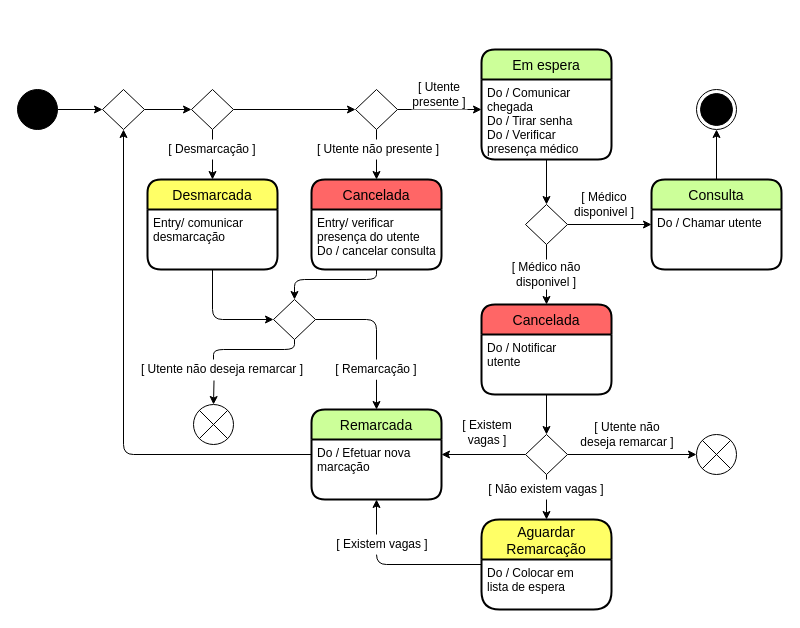
getSierralta/Si-Centro-Hospitalar-Upskill keeps this draw.io diagram as Diagrama de Estados - Marcação.drawio. Above is the earlier version. Source tidied: cells renumbered, new cells numbered last; positions are measured from the earlier drawing's top-left corner, leaving out a move shared by most shapes. Both pictures are drawn from the tidied source at 100%, with x=0, y=0 at pixel (17, 49).
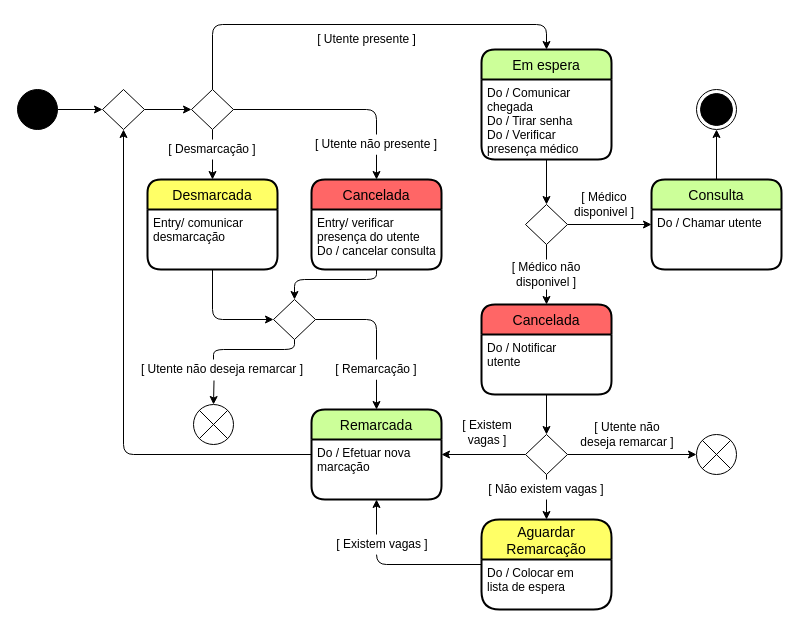
Above is the later version.

Unchanged cells that the change refers to:
```xml
<mxCell id="8" value="Cancelada" style="swimlane;horizontal=1;startSize=30;rounded=1;fontSize=14;fontStyle=0;strokeWidth=2;shadow=0;dashed=0;align=center;fillColor=#FF6666;" parent="1" vertex="1">
  <mxGeometry x="294" y="130" width="130" height="90" as="geometry" />
</mxCell>
<mxCell id="11" style="rhombus;whiteSpace=wrap;html=1;strokeColor=#000000;fillColor=#FFFFFF;" parent="1" vertex="1">
  <mxGeometry x="174" y="40" width="42" height="40" as="geometry" />
</mxCell>
<mxCell id="20" value="Em espera" style="swimlane;horizontal=1;startSize=30;rounded=1;fontSize=14;fontStyle=0;strokeWidth=2;shadow=0;dashed=0;align=center;fillColor=#CCFF99;" parent="1" vertex="1">
  <mxGeometry x="464" width="130" height="110" as="geometry" />
</mxCell>
```

The edit, as a diff of the source:
```diff
@@
-    <mxCell id="2" style="edgeStyle=orthogonalEdgeStyle;rounded=0;jettySize=auto;html=1;entryX=0;entryY=0.5;entryDx=0;entryDy=0;" parent="1" edge="1" source="11" target="6">
-      <mxGeometry relative="1" as="geometry" />
-    </mxCell>
@@
-    <mxCell id="4" style="edgeStyle=orthogonalEdgeStyle;rounded=0;jettySize=auto;html=1;entryX=0;entryY=0.5;entryDx=0;entryDy=0;" parent="1" edge="1" source="6">
-      <mxGeometry relative="1" as="geometry">
-        <mxPoint x="464" y="60" as="targetPoint" />
-      </mxGeometry>
-    </mxCell>
-    <mxCell id="5" style="edgeStyle=orthogonalEdgeStyle;rounded=0;jettySize=auto;html=1;entryX=0.5;entryY=0;entryDx=0;entryDy=0;" parent="1" edge="1" source="6" target="8">
-      <mxGeometry relative="1" as="geometry" />
-    </mxCell>
-    <mxCell id="6" style="rhombus;whiteSpace=wrap;html=1;strokeColor=#000000;fillColor=#FFFFFF;" parent="1" vertex="1">
-      <mxGeometry x="338" y="40" width="42" height="40" as="geometry" />
-    </mxCell>
     <mxCell id="7" value="[ Utente presente ]" style="text;html=1;strokeColor=none;align=center;verticalAlign=middle;whiteSpace=wrap;rounded=0;fillColor=#ffffff;" parent="1" vertex="1">
-      <mxGeometry x="394" y="30" width="56" height="30" as="geometry" />
+      <mxGeometry x="294" y="-20" width="111" height="20" as="geometry" />
     </mxCell>
@@
+    <mxCell id="59" style="edgeStyle=orthogonalEdgeStyle;rounded=0;jettySize=auto;html=1;entryX=0.5;entryY=0;entryDx=0;entryDy=0;endArrow=classic;endFill=1;" parent="1" edge="1" source="16" target="8">
+      <mxGeometry relative="1" as="geometry" />
+    </mxCell>
     <mxCell id="16" value="[ Utente não presente ]" style="text;html=1;strokeColor=none;align=center;verticalAlign=middle;whiteSpace=wrap;rounded=0;fillColor=#ffffff;" parent="1" vertex="1">
-      <mxGeometry x="298" y="90" width="126" height="20" as="geometry" />
+      <mxGeometry x="296" y="85" width="126" height="20" as="geometry" />
     </mxCell>
@@
+    <mxCell id="60" style="endArrow=classic;html=1;exitX=0.5;exitY=0;exitDx=0;exitDy=0;entryX=0.5;entryY=0;entryDx=0;entryDy=0;" parent="1" edge="1" source="11" target="20">
+      <mxGeometry relative="1" as="geometry">
+        <Array as="points">
+          <mxPoint x="195" y="-25" />
+          <mxPoint x="529" y="-25" />
+        </Array>
+      </mxGeometry>
+    </mxCell>
+    <mxCell id="61" style="endArrow=none;html=1;exitX=1;exitY=0.5;exitDx=0;exitDy=0;entryX=0.5;entryY=0;entryDx=0;entryDy=0;endFill=0;" parent="1" edge="1" source="11" target="16">
+      <mxGeometry relative="1" as="geometry">
+        <Array as="points">
+          <mxPoint x="359" y="60" />
+        </Array>
+      </mxGeometry>
+    </mxCell>
```
